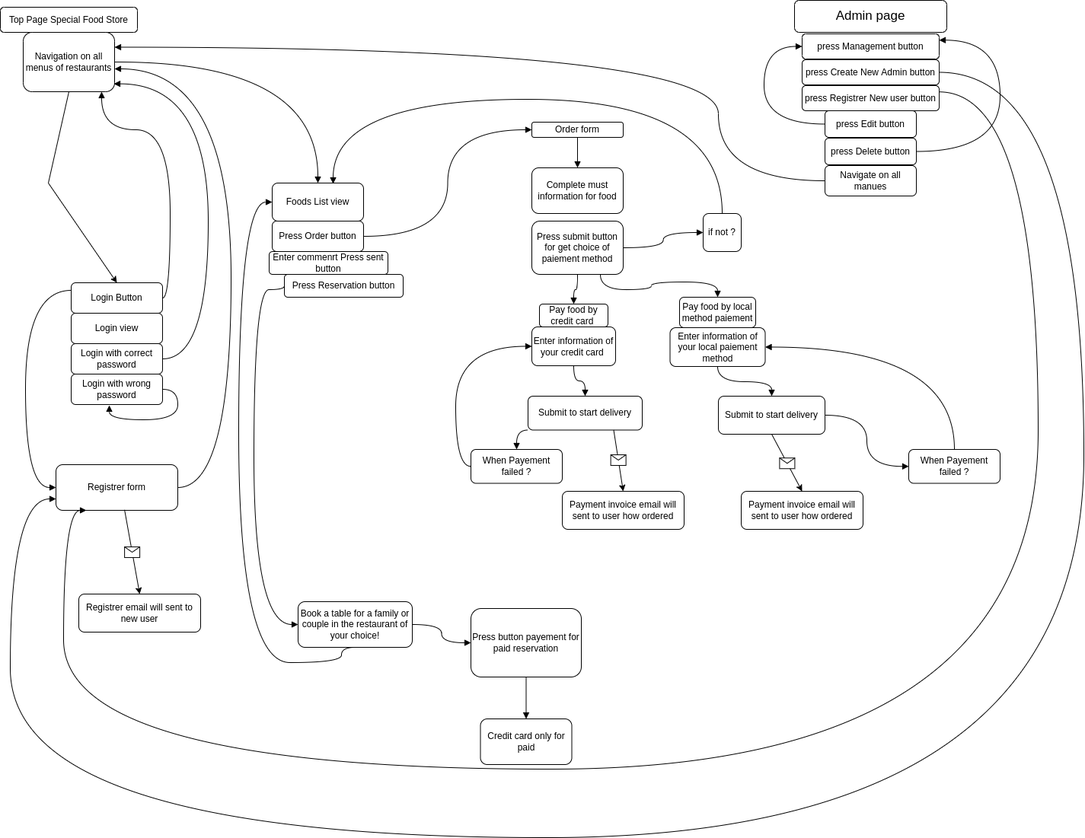
The draw.io diagram docs/Transition_screen_ER_Diagramm.png in Gado229/special_food_store, before a commit. Source tidied: cells renumbered, new cells last; positions are measured from the earlier drawing's top-left corner, leaving out a move shared by most shapes.
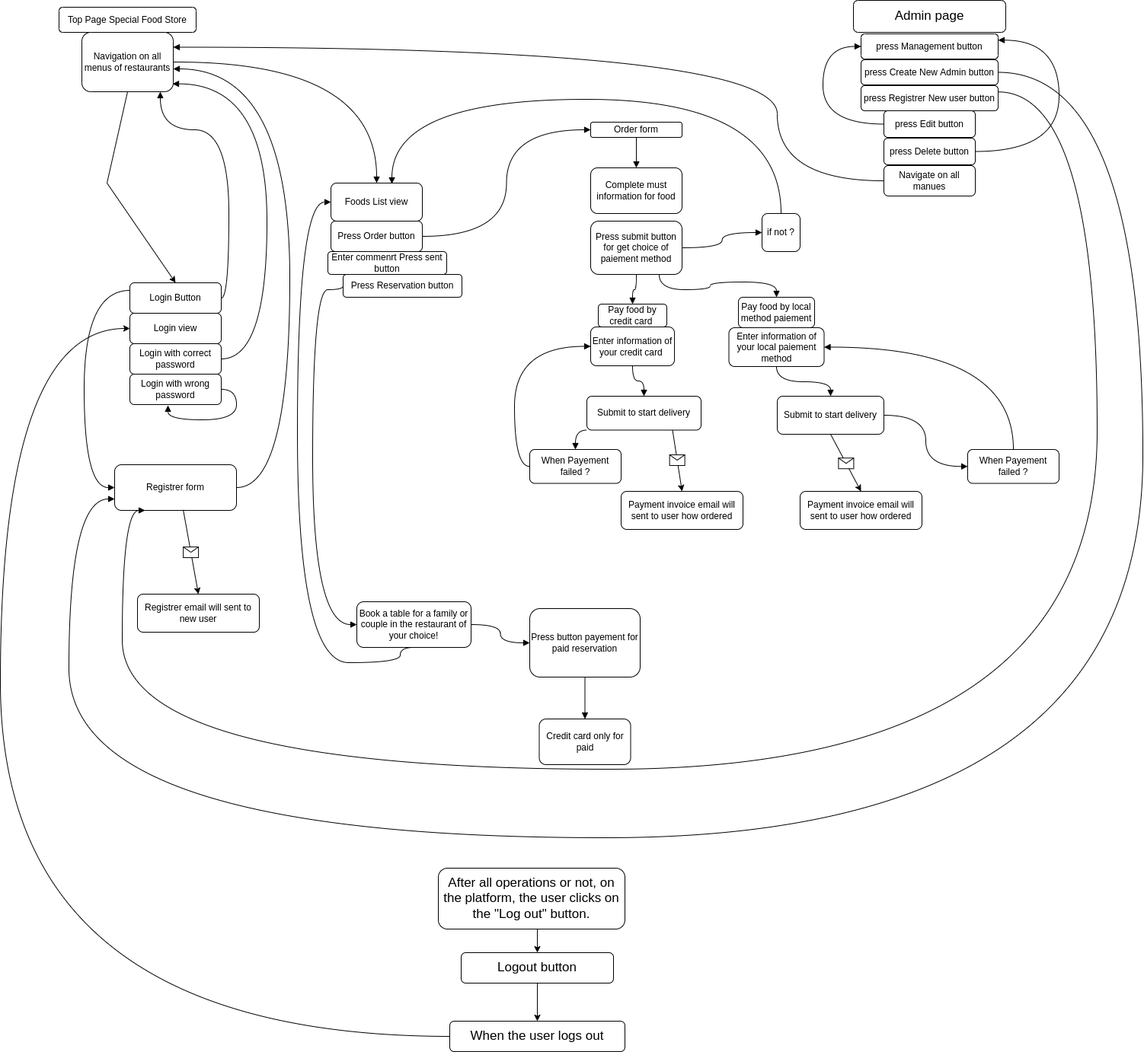
Later version of the same file.

Commit message:
All Diagramm update

Diff of the diagram source:
```diff
@@ -313,5 +313,28 @@
     <mxCell id="74" value="Enter commenrt Press sent button" style="rounded=1;whiteSpace=wrap;html=1;strokeColor=default;" parent="1" vertex="1">
       <mxGeometry x="353" y="330" width="156" height="30" as="geometry" />
     </mxCell>
+    <mxCell id="75" style="edgeStyle=orthogonalEdgeStyle;rounded=0;jettySize=auto;html=1;fontSize=17;" parent="1" edge="1" source="76" target="78">
+      <mxGeometry relative="1" as="geometry" />
+    </mxCell>
+    <mxCell id="76" value="Logout button" style="rounded=1;whiteSpace=wrap;html=1;fontSize=17;fontStyle=0;" parent="1" vertex="1">
+      <mxGeometry x="528" y="1251" width="200" height="40" as="geometry" />
+    </mxCell>
+    <mxCell id="77" style="edgeStyle=orthogonalEdgeStyle;rounded=0;jettySize=auto;html=1;exitX=0;exitY=0.5;exitDx=0;exitDy=0;fontSize=17;curved=1;entryX=0;entryY=0.5;entryDx=0;entryDy=0;" parent="1" edge="1" source="78" target="6">
+      <mxGeometry relative="1" as="geometry">
+        <Array as="points">
+          <mxPoint x="-77" y="1360" />
+          <mxPoint x="-77" y="431" />
+        </Array>
+      </mxGeometry>
+    </mxCell>
+    <mxCell id="78" value="When the user logs out" style="rounded=1;whiteSpace=wrap;html=1;fontSize=17;fontStyle=0;" parent="1" vertex="1">
+      <mxGeometry x="513" y="1341" width="230" height="40" as="geometry" />
+    </mxCell>
+    <mxCell id="79" style="edgeStyle=orthogonalEdgeStyle;rounded=0;jettySize=auto;html=1;exitX=0.5;exitY=1;exitDx=0;exitDy=0;entryX=0.5;entryY=0;entryDx=0;entryDy=0;fontSize=17;" parent="1" edge="1" source="80" target="76">
+      <mxGeometry relative="1" as="geometry" />
+    </mxCell>
+    <mxCell id="80" value="After all operations or not, on the platform, the user clicks on the &quot;Log out&quot; button." style="rounded=1;whiteSpace=wrap;html=1;fontSize=17;fontStyle=0;" parent="1" vertex="1">
+      <mxGeometry x="498" y="1140" width="245" height="80" as="geometry" />
+    </mxCell>
   </root>
 </mxGraphModel>
```
